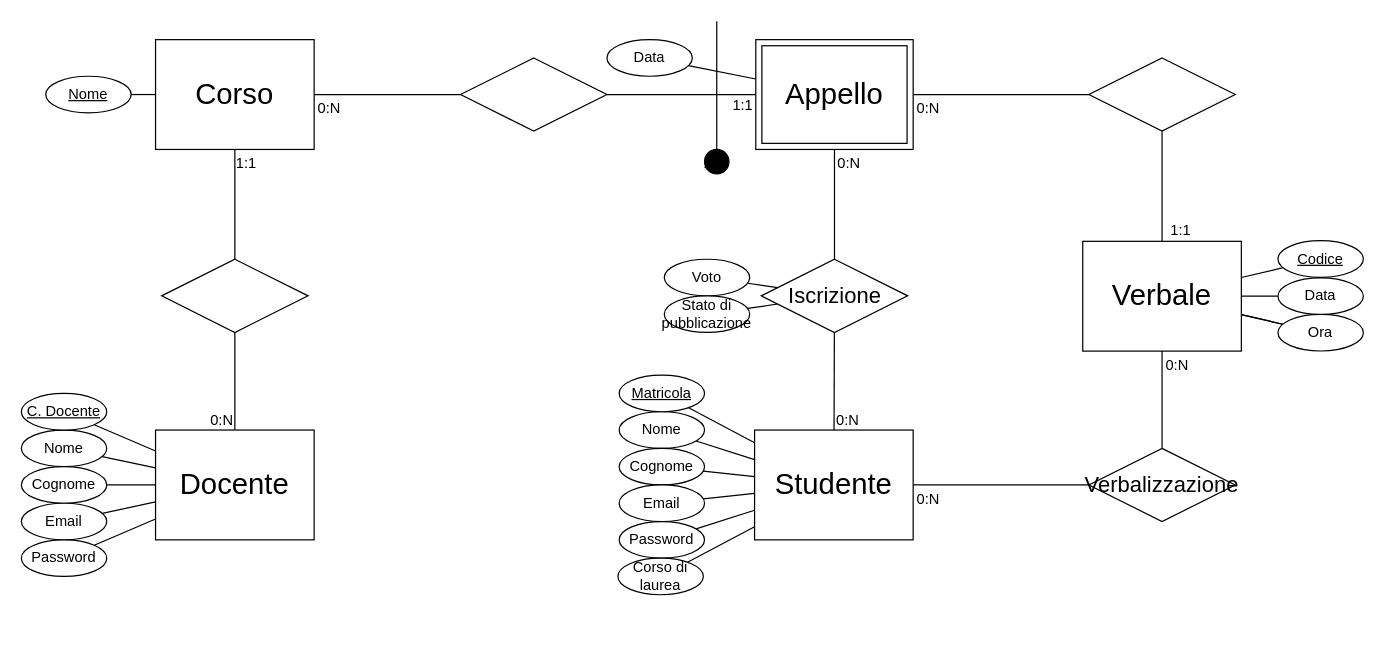
This is Diagramma entità relazione.drawio from StefanoBernardotto/TIW-polimi_24-25, a draw.io file, before an edit. Source tidied: cells renumbered, new cells numbered last; positions are measured from the earlier drawing's top-left corner, leaving out a move shared by most shapes. Both pictures are drawn from the tidied source at 122%, with x=0, y=0 at pixel (21, 21).
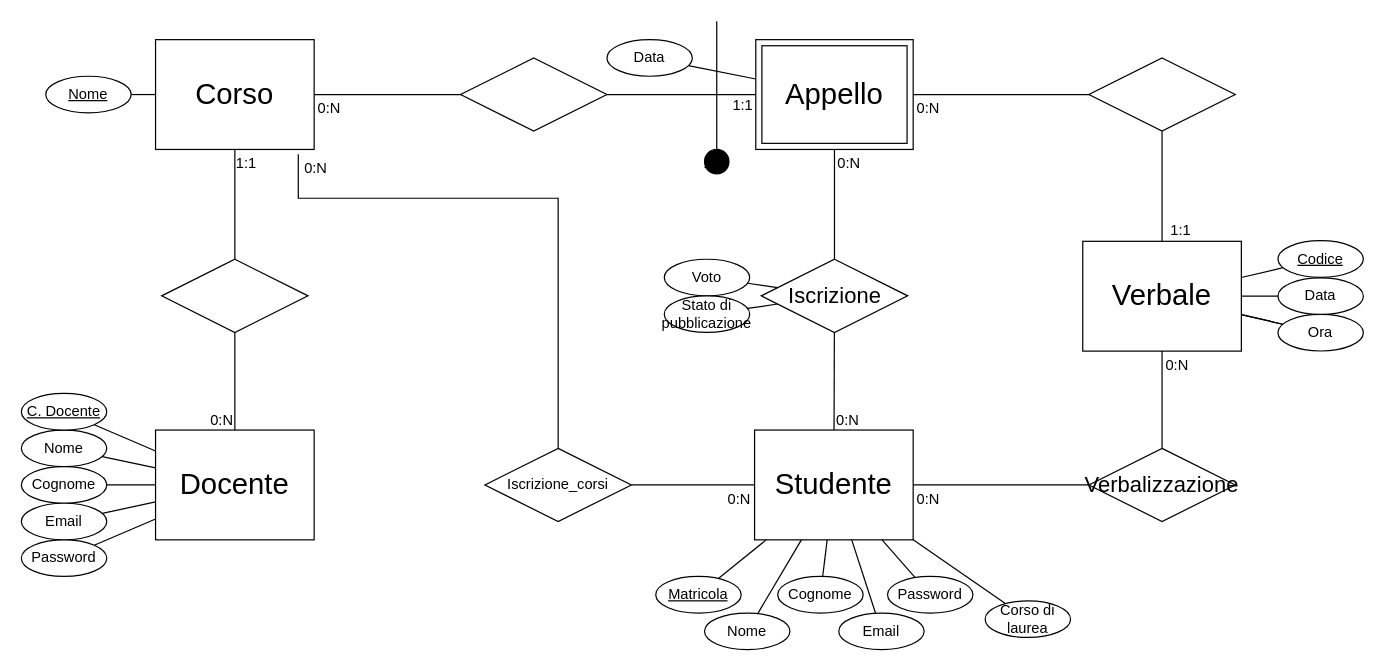
Above is the later version.

Commit message (it also covers changes not shown here):
modified db schema, updated docs and created first controllers with db access

The change refers to these unchanged cells:
```xml
<mxCell id="8" value="&lt;font style=&quot;font-size: 24px;&quot;&gt;Corso&lt;/font&gt;" style="whiteSpace=wrap;html=1;align=center;" parent="1" vertex="1">
  <mxGeometry x="110" y="15" width="130" height="90" as="geometry" />
</mxCell>
<mxCell id="39" value="&lt;font style=&quot;font-size: 24px;&quot;&gt;Studente&lt;/font&gt;" style="whiteSpace=wrap;html=1;align=center;" parent="1" vertex="1">
  <mxGeometry x="601" y="335" width="130" height="90" as="geometry" />
</mxCell>
```

Change to the diagram source:
```diff
@@
     <mxCell id="40" value="Nome" style="ellipse;whiteSpace=wrap;html=1;align=center;" parent="1" vertex="1">
-      <mxGeometry x="490" y="320" width="70" height="30" as="geometry" />
+      <mxGeometry x="560" y="485" width="70" height="30" as="geometry" />
     </mxCell>
     <mxCell id="41" value="Cognome" style="ellipse;whiteSpace=wrap;html=1;align=center;" parent="1" vertex="1">
-      <mxGeometry x="490" y="350" width="70" height="30" as="geometry" />
+      <mxGeometry x="620" y="455" width="70" height="30" as="geometry" />
     </mxCell>
     <mxCell id="42" value="Email" style="ellipse;whiteSpace=wrap;html=1;align=center;" parent="1" vertex="1">
-      <mxGeometry x="490" y="380" width="70" height="30" as="geometry" />
+      <mxGeometry x="670" y="485" width="70" height="30" as="geometry" />
     </mxCell>
     <mxCell id="43" value="Password" style="ellipse;whiteSpace=wrap;html=1;align=center;" parent="1" vertex="1">
-      <mxGeometry x="490" y="410" width="70" height="30" as="geometry" />
+      <mxGeometry x="710" y="455" width="70" height="30" as="geometry" />
     </mxCell>
     <mxCell id="44" value="Matricola" style="ellipse;whiteSpace=wrap;html=1;align=center;fontStyle=4;" parent="1" vertex="1">
-      <mxGeometry x="490" y="290" width="70" height="30" as="geometry" />
+      <mxGeometry x="520" y="455" width="70" height="30" as="geometry" />
     </mxCell>
@@
     <mxCell id="50" value="Corso di laurea" style="ellipse;whiteSpace=wrap;html=1;align=center;" parent="1" vertex="1">
-      <mxGeometry x="489" y="440" width="70" height="30" as="geometry" />
+      <mxGeometry x="790" y="475" width="70" height="30" as="geometry" />
     </mxCell>
@@
+    <mxCell id="72" value="Iscrizione_corsi" style="shape=rhombus;perimeter=rhombusPerimeter;whiteSpace=wrap;html=1;align=center;" parent="1" vertex="1">
+      <mxGeometry x="380" y="350" width="120" height="60" as="geometry" />
+    </mxCell>
+    <mxCell id="73" style="endArrow=none;html=1;rounded=0;entryX=0.9;entryY=1.044;entryDx=0;entryDy=0;entryPerimeter=0;" parent="1" edge="1" source="72" target="8">
+      <mxGeometry relative="1" as="geometry">
+        <Array as="points">
+          <mxPoint x="440" y="145" />
+          <mxPoint x="227" y="145" />
+        </Array>
+      </mxGeometry>
+    </mxCell>
+    <mxCell id="74" value="0:N" style="html=1;whiteSpace=wrap;align=right;verticalAlign=bottom;" parent="73" vertex="1">
+      <mxGeometry x="1" relative="1" as="geometry">
+        <mxPoint x="25" y="20" as="offset" />
+      </mxGeometry>
+    </mxCell>
+    <mxCell id="75" style="endArrow=none;html=1;rounded=0;" parent="1" edge="1" source="72" target="39">
+      <mxGeometry relative="1" as="geometry" />
+    </mxCell>
+    <mxCell id="76" value="0:N" style="html=1;whiteSpace=wrap;align=right;verticalAlign=bottom;" parent="75" vertex="1">
+      <mxGeometry x="1" relative="1" as="geometry">
+        <mxPoint x="-2" y="20" as="offset" />
+      </mxGeometry>
+    </mxCell>
```
